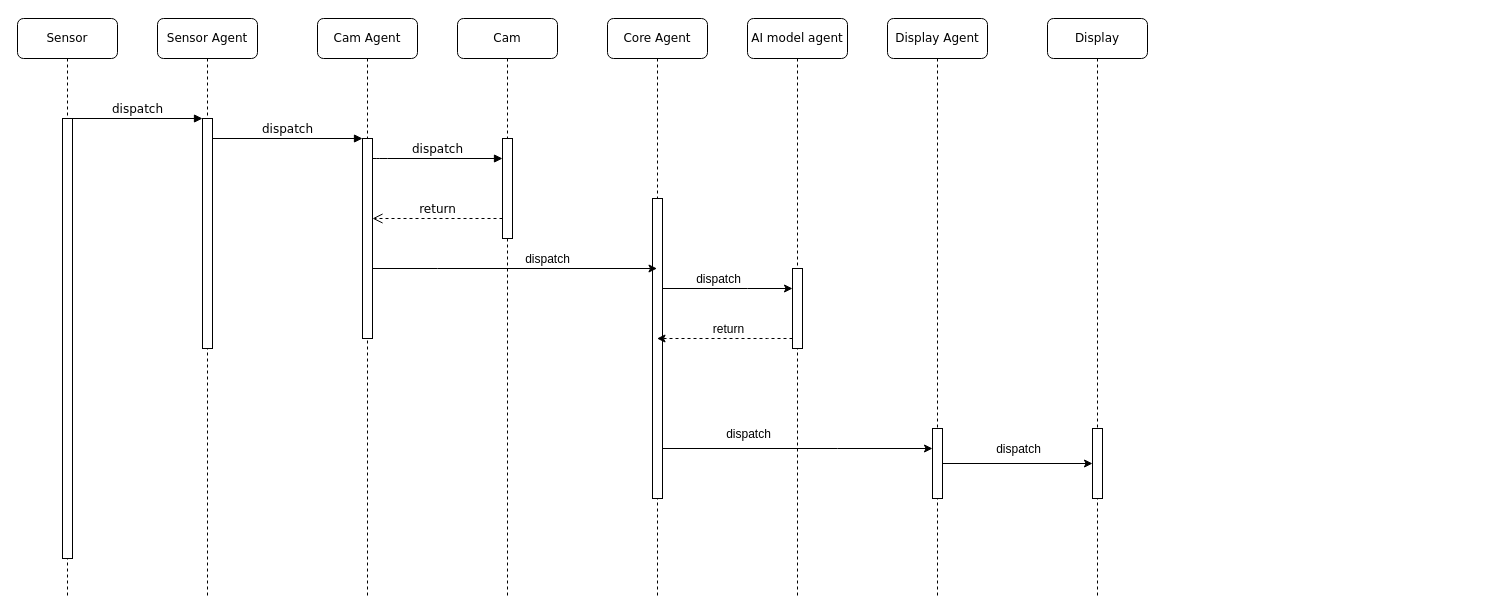
Before: sequence.drawio in Summorox/Indoor-Media-Advertisements-through-Facial-Recognition-, a draw.io diagram. Source tidied: cells renumbered, new cells numbered last; positions are measured from the earlier drawing's top-left corner, leaving out a move shared by most shapes. Both pictures are drawn from the tidied source at 100%, with x=0, y=0 at pixel (17, 18).
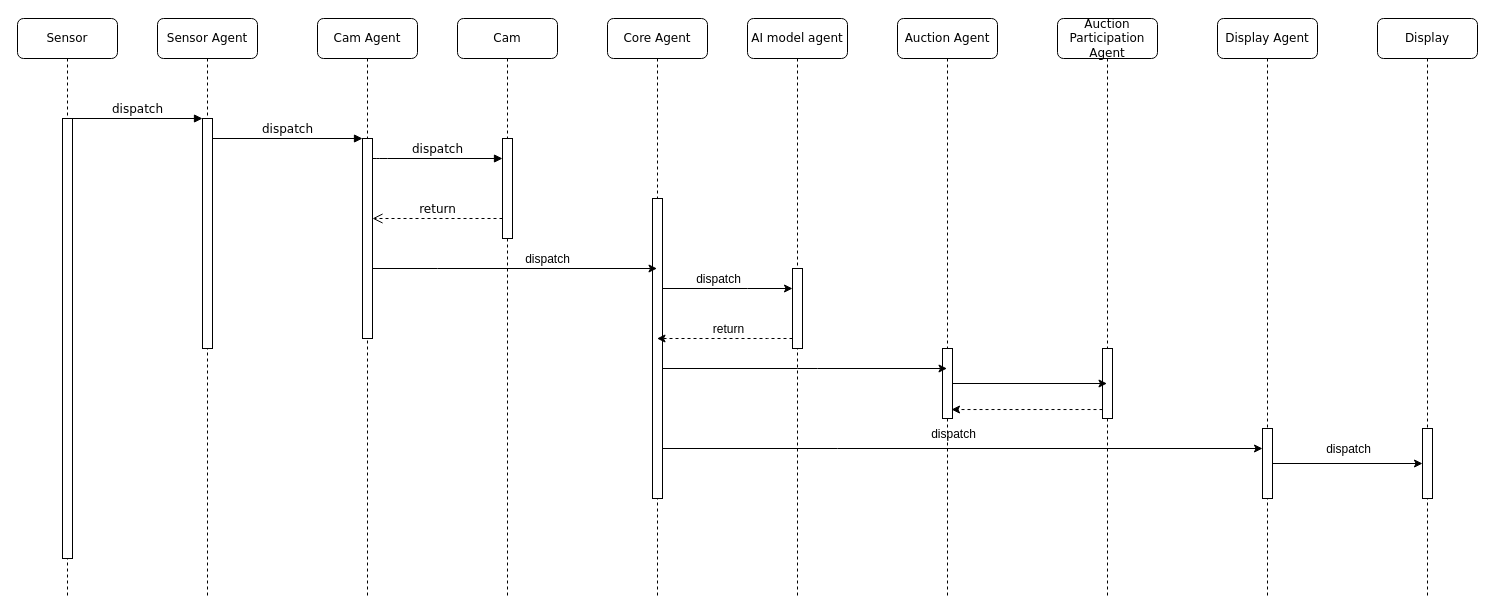
After the change.

Commit message (it also covers changes not shown here):
Update the architecture and sequence diagrams

The change refers to these unchanged cells:
```xml
<mxCell id="12" style="html=1;points=[];perimeter=orthogonalPerimeter;rounded=0;shadow=0;comic=0;labelBackgroundColor=none;strokeWidth=1;fontFamily=Verdana;fontSize=12;align=center;" parent="11" vertex="1">
  <mxGeometry x="45" y="180" width="10" height="300" as="geometry" />
</mxCell>
```

The edit, as a diff of the source:
```diff
@@
     <mxCell id="9" value="Display Agent" style="shape=umlLifeline;perimeter=lifelinePerimeter;whiteSpace=wrap;html=1;rounded=1;shadow=0;comic=0;labelBackgroundColor=none;strokeWidth=1;fontFamily=Verdana;fontSize=12;align=center;" parent="1" vertex="1">
-      <mxGeometry x="870" width="100" height="580" as="geometry" />
+      <mxGeometry x="1200" width="100" height="580" as="geometry" />
     </mxCell>
@@
     <mxCell id="28" value="Display" style="shape=umlLifeline;perimeter=lifelinePerimeter;whiteSpace=wrap;html=1;rounded=1;shadow=0;comic=0;labelBackgroundColor=none;strokeWidth=1;fontFamily=Verdana;fontSize=12;align=center;" parent="1" vertex="1">
-      <mxGeometry x="1030" width="100" height="580" as="geometry" />
+      <mxGeometry x="1360" width="100" height="580" as="geometry" />
     </mxCell>
@@
+    <mxCell id="32" value="Auction Agent" style="shape=umlLifeline;perimeter=lifelinePerimeter;whiteSpace=wrap;html=1;outlineConnect=0;rounded=1;shadow=0;comic=0;labelBackgroundColor=none;strokeWidth=1;fontFamily=Verdana;fontSize=12;align=center;" parent="1" vertex="1">
+      <mxGeometry x="880" width="100" height="580" as="geometry" />
+    </mxCell>
+    <mxCell id="33" style="html=1;points=[];perimeter=orthogonalPerimeter;rounded=0;shadow=0;comic=0;labelBackgroundColor=none;strokeWidth=1;fontFamily=Verdana;fontSize=12;align=center;" parent="32" vertex="1">
+      <mxGeometry x="45" y="330" width="10" height="70" as="geometry" />
+    </mxCell>
+    <mxCell id="34" value="Auction Participation Agent" style="shape=umlLifeline;perimeter=lifelinePerimeter;whiteSpace=wrap;html=1;outlineConnect=0;rounded=1;shadow=0;comic=0;labelBackgroundColor=none;strokeWidth=1;fontFamily=Verdana;fontSize=12;align=center;" parent="1" vertex="1">
+      <mxGeometry x="1040" width="100" height="580" as="geometry" />
+    </mxCell>
+    <mxCell id="35" style="html=1;points=[];perimeter=orthogonalPerimeter;rounded=0;shadow=0;comic=0;labelBackgroundColor=none;strokeWidth=1;fontFamily=Verdana;fontSize=12;align=center;" parent="34" vertex="1">
+      <mxGeometry x="45" y="330" width="10" height="70" as="geometry" />
+    </mxCell>
+    <mxCell id="36" style="edgeStyle=none;html=1;" parent="1" edge="1" source="12" target="32">
+      <mxGeometry relative="1" as="geometry">
+        <Array as="points">
+          <mxPoint x="790" y="350" />
+        </Array>
+      </mxGeometry>
+    </mxCell>
+    <mxCell id="37" style="edgeStyle=none;html=1;" parent="1" edge="1" source="33" target="34">
+      <mxGeometry relative="1" as="geometry" />
+    </mxCell>
+    <mxCell id="38" style="edgeStyle=none;html=1;entryX=0.901;entryY=0.872;entryDx=0;entryDy=0;entryPerimeter=0;dashed=1;" parent="1" edge="1" source="35" target="33">
+      <mxGeometry relative="1" as="geometry" />
+    </mxCell>
```
